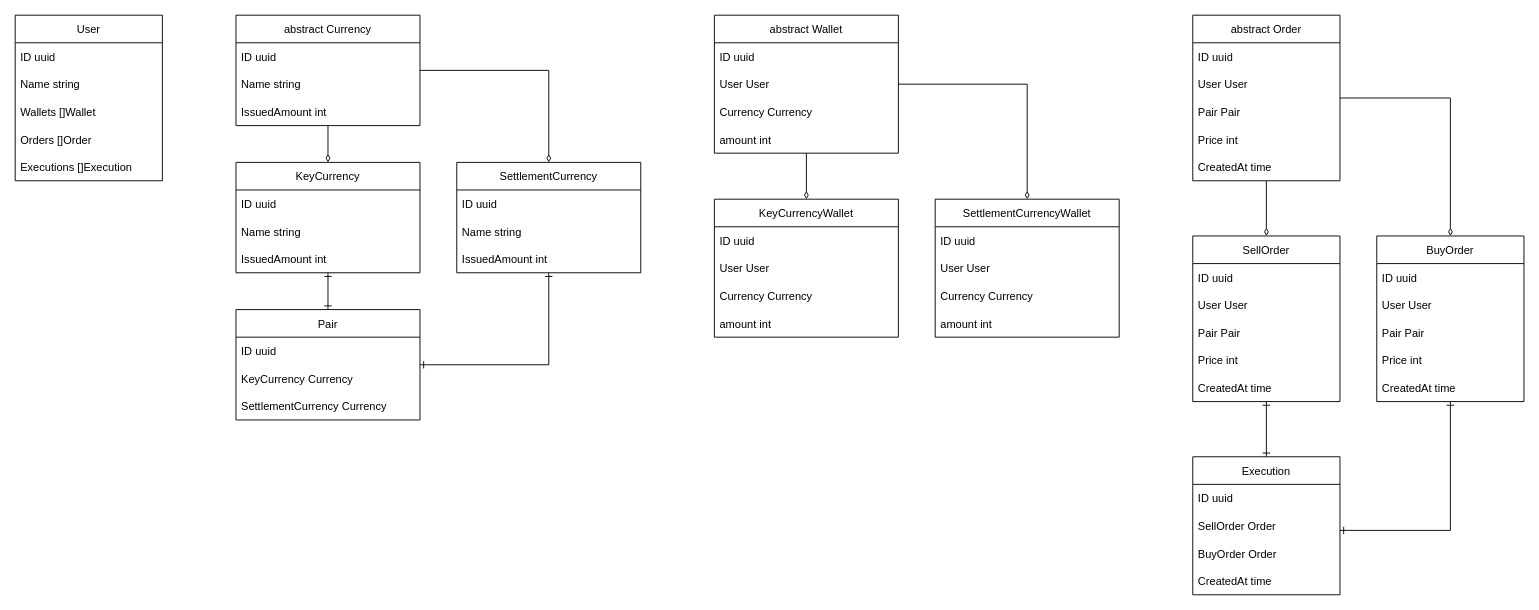
Above: entity.drawio in tacktttt/exchange (draw.io), before the change. Source tidied: cells renumbered, new cells numbered last; positions are measured from the earlier drawing's top-left corner, leaving out a move shared by most shapes. Both pictures are drawn from the tidied source at 92%, with x=0, y=0 at pixel (15, 15).
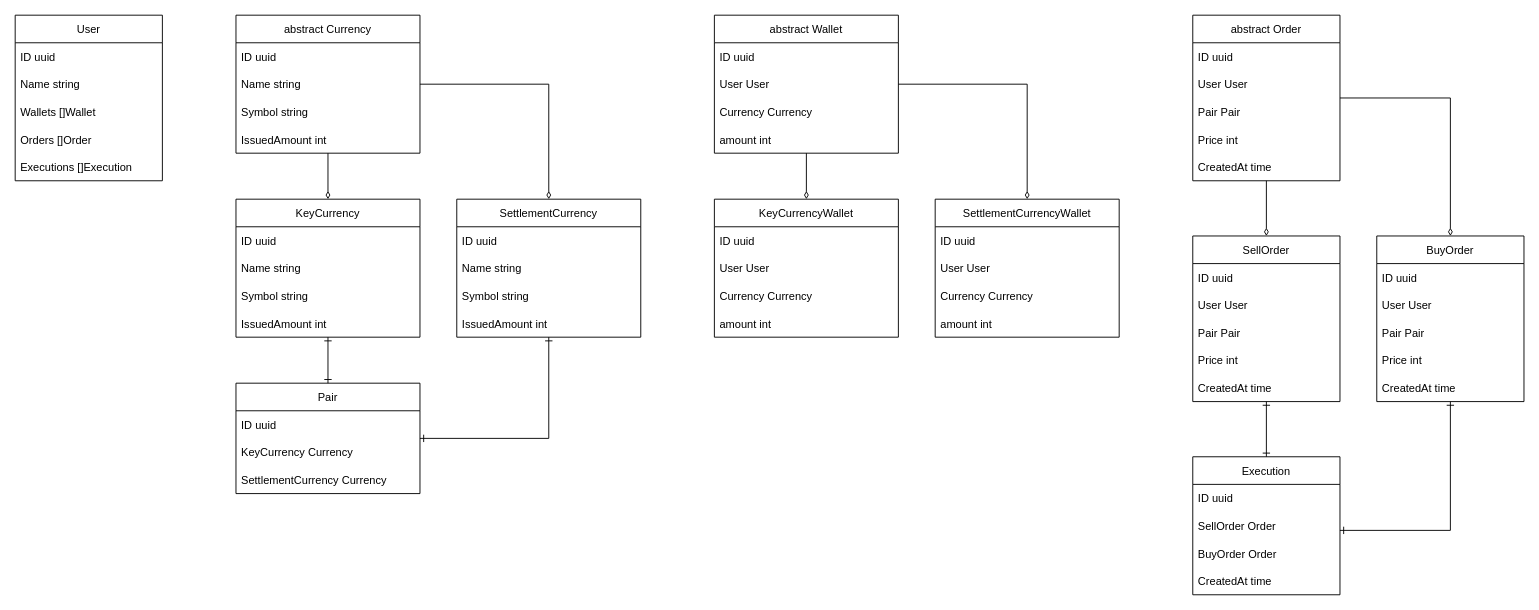
Above is the later version.

The edit, as a diff of the source:
```diff
@@
     <mxCell id="15" value="Pair" style="swimlane;fontStyle=0;horizontal=1;startSize=30;" parent="1" vertex="1">
-      <mxGeometry x="240" y="320" width="200" height="120" as="geometry" />
+      <mxGeometry x="240" y="400" width="200" height="120" as="geometry" />
     </mxCell>
@@
     <mxCell id="25" value="KeyCurrency" style="swimlane;fontStyle=0;horizontal=1;startSize=30;" parent="1" vertex="1">
-      <mxGeometry x="240" y="160" width="200" height="120" as="geometry" />
+      <mxGeometry x="240" y="200" width="200" height="150" as="geometry" />
     </mxCell>
@@
+    <mxCell id="72" value="Symbol string" style="text;strokeColor=none;fillColor=none;align=left;verticalAlign=middle;spacingLeft=4;spacingRight=4;overflow=hidden;" parent="25" vertex="1">
+      <mxGeometry y="90" width="200" height="30" as="geometry" />
+    </mxCell>
     <mxCell id="28" value="IssuedAmount int" style="text;strokeColor=none;fillColor=none;align=left;verticalAlign=middle;spacingLeft=4;spacingRight=4;overflow=hidden;" parent="25" vertex="1">
-      <mxGeometry y="90" width="200" height="30" as="geometry" />
+      <mxGeometry y="120" width="200" height="30" as="geometry" />
     </mxCell>
     <mxCell id="29" style="edgeStyle=orthogonalEdgeStyle;rounded=0;jettySize=auto;html=1;startArrow=ERone;startFill=0;endArrow=ERone;endFill=0;" parent="1" edge="1" source="30" target="15">
       <mxGeometry relative="1" as="geometry">
         <Array as="points">
-          <mxPoint x="580" y="380" />
+          <mxPoint x="580" y="460" />
         </Array>
       </mxGeometry>
     </mxCell>
     <mxCell id="30" value="SettlementCurrency" style="swimlane;fontStyle=0;horizontal=1;startSize=30;" parent="1" vertex="1">
-      <mxGeometry x="480" y="160" width="200" height="120" as="geometry" />
+      <mxGeometry x="480" y="200" width="200" height="150" as="geometry" />
     </mxCell>
@@
+    <mxCell id="73" value="Symbol string" style="text;strokeColor=none;fillColor=none;align=left;verticalAlign=middle;spacingLeft=4;spacingRight=4;overflow=hidden;" parent="30" vertex="1">
+      <mxGeometry y="90" width="200" height="30" as="geometry" />
+    </mxCell>
     <mxCell id="33" value="IssuedAmount int" style="text;strokeColor=none;fillColor=none;align=left;verticalAlign=middle;spacingLeft=4;spacingRight=4;overflow=hidden;" parent="30" vertex="1">
-      <mxGeometry y="90" width="200" height="30" as="geometry" />
+      <mxGeometry y="120" width="200" height="30" as="geometry" />
     </mxCell>
@@
     <mxCell id="36" value="abstract Currency" style="swimlane;fontStyle=0;horizontal=1;startSize=30;" parent="1" vertex="1">
-      <mxGeometry x="240" width="200" height="120" as="geometry" />
+      <mxGeometry x="240" width="200" height="150" as="geometry" />
     </mxCell>
@@
+    <mxCell id="74" value="Symbol string" style="text;strokeColor=none;fillColor=none;align=left;verticalAlign=middle;spacingLeft=4;spacingRight=4;overflow=hidden;" parent="36" vertex="1">
+      <mxGeometry y="90" width="200" height="30" as="geometry" />
+    </mxCell>
     <mxCell id="39" value="IssuedAmount int" style="text;strokeColor=none;fillColor=none;align=left;verticalAlign=middle;spacingLeft=4;spacingRight=4;overflow=hidden;" parent="36" vertex="1">
-      <mxGeometry y="90" width="200" height="30" as="geometry" />
+      <mxGeometry y="120" width="200" height="30" as="geometry" />
     </mxCell>
```
